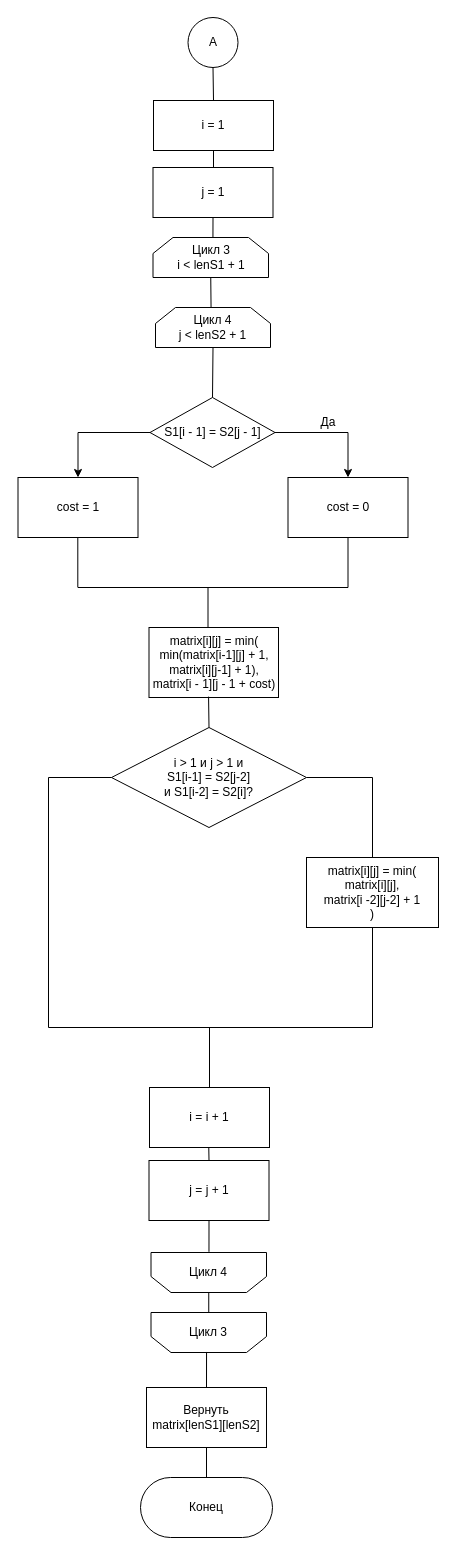
Slindess/CG_COURSE keeps this draw.io diagram as page "Страница — 5" (5 of 6) of docs/report/LR.drawio. Above is the earlier version. Source tidied: cells renumbered, new cells numbered last; positions are measured from the earlier drawing's top-left corner, leaving out a move shared by most shapes. Both pictures are drawn from the tidied source at 100%, with x=0, y=0 at pixel (18, 17).
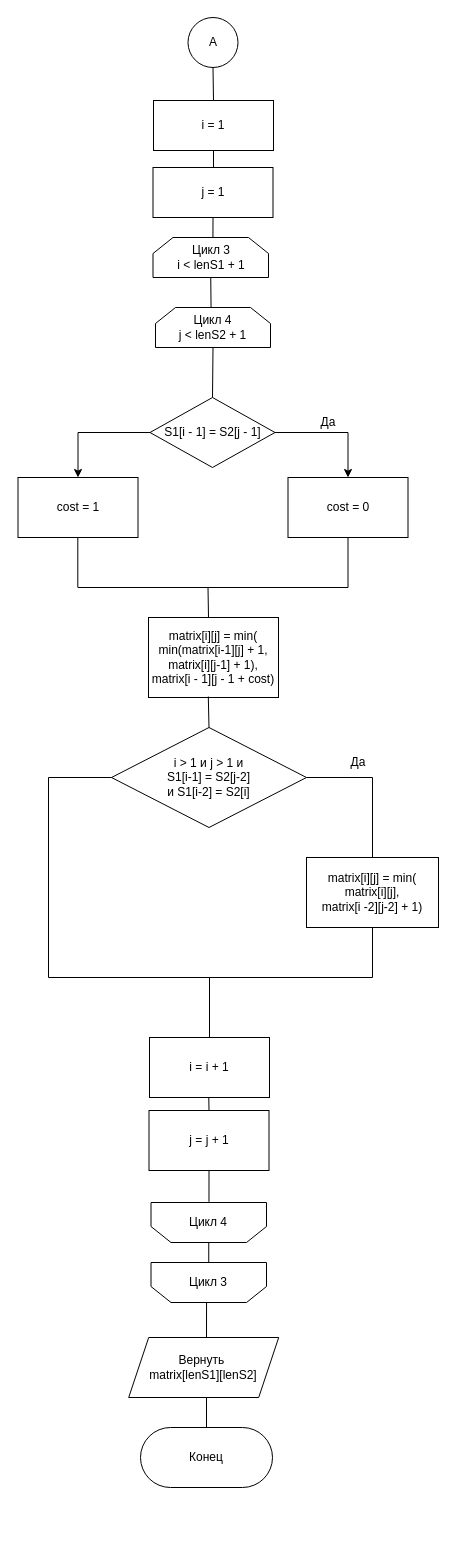
After the change.

Diff of the diagram source:
```diff
@@
     <mxCell id="13" value="matrix[i][j] = min(&lt;div&gt;min(matrix[i-1][j] + 1,&lt;/div&gt;&lt;div&gt;matrix[i][j-1] + 1),&lt;/div&gt;&lt;div&gt;matrix[i - 1][j - 1 + cost)&lt;/div&gt;" style="rounded=0;whiteSpace=wrap;html=1;" parent="1" vertex="1">
-      <mxGeometry x="130.5" y="610" width="129.5" height="70" as="geometry" />
+      <mxGeometry x="130" y="600" width="130" height="80" as="geometry" />
     </mxCell>
@@
     <mxCell id="17" style="endArrow=none;html=1;rounded=0;" parent="1" edge="1">
       <mxGeometry relative="1" as="geometry">
-        <mxPoint x="189.5" y="610" as="sourcePoint" />
+        <mxPoint x="190" y="600" as="sourcePoint" />
         <mxPoint x="189.5" y="570" as="targetPoint" />
       </mxGeometry>
     </mxCell>
@@
     <mxCell id="20" style="shape=loopLimit;whiteSpace=wrap;html=1;rotation=-180;" parent="1" vertex="1">
-      <mxGeometry x="132.5" y="1235" width="115.5" height="40" as="geometry" />
+      <mxGeometry x="132.5" y="1185" width="115.5" height="40" as="geometry" />
     </mxCell>
     <mxCell id="21" style="shape=loopLimit;whiteSpace=wrap;html=1;rotation=-180;" parent="1" vertex="1">
-      <mxGeometry x="132.5" y="1295" width="115.5" height="40" as="geometry" />
+      <mxGeometry x="132.5" y="1245" width="115.5" height="40" as="geometry" />
     </mxCell>
@@
     <mxCell id="23" value="i = i + 1" style="rounded=0;whiteSpace=wrap;html=1;" parent="1" vertex="1">
-      <mxGeometry x="131" y="1070" width="120" height="60" as="geometry" />
+      <mxGeometry x="131" y="1020" width="120" height="60" as="geometry" />
     </mxCell>
     <mxCell id="24" value="j = j + 1" style="rounded=0;whiteSpace=wrap;html=1;" parent="1" vertex="1">
-      <mxGeometry x="130.5" y="1143" width="120" height="60" as="geometry" />
+      <mxGeometry x="130.5" y="1093" width="120" height="60" as="geometry" />
     </mxCell>
@@
     <mxCell id="27" value="Цикл 4" style="text;html=1;align=center;verticalAlign=middle;whiteSpace=wrap;rounded=0;" parent="1" vertex="1">
-      <mxGeometry x="160.2" y="1240" width="60" height="30" as="geometry" />
+      <mxGeometry x="160.2" y="1190" width="60" height="30" as="geometry" />
     </mxCell>
     <mxCell id="28" value="Цикл 3" style="text;html=1;align=center;verticalAlign=middle;whiteSpace=wrap;rounded=0;" parent="1" vertex="1">
-      <mxGeometry x="160.2" y="1300" width="60" height="30" as="geometry" />
+      <mxGeometry x="160.2" y="1250" width="60" height="30" as="geometry" />
     </mxCell>
@@
-    <mxCell id="33" value="i &amp;gt; 1 и j &amp;gt; 1 и&lt;div&gt;S1[i-1] = S2[j-2]&lt;/div&gt;&lt;div&gt;и S1[i-2] = S2[i]?&lt;/div&gt;" style="rhombus;whiteSpace=wrap;html=1;" parent="1" vertex="1">
+    <mxCell id="33" value="i &amp;gt; 1 и j &amp;gt; 1 и&lt;div&gt;S1[i-1] = S2[j-2]&lt;/div&gt;&lt;div&gt;и S1[i-2] = S2[i]&lt;/div&gt;" style="rhombus;whiteSpace=wrap;html=1;" parent="1" vertex="1">
       <mxGeometry x="93" y="710" width="195" height="100" as="geometry" />
     </mxCell>
-    <mxCell id="34" value="matrix[i][j] = min(&lt;div&gt;matrix[i][j],&lt;/div&gt;&lt;div&gt;matrix[i -2][j-2] + 1&lt;/div&gt;&lt;div&gt;)&lt;/div&gt;" style="rounded=0;whiteSpace=wrap;html=1;" parent="1" vertex="1">
+    <mxCell id="34" value="matrix[i][j] = min(&lt;div&gt;matrix[i][j],&lt;/div&gt;&lt;div&gt;matrix[i -2][j-2] + 1&lt;span style=&quot;background-color: initial;&quot;&gt;)&lt;/span&gt;&lt;/div&gt;" style="rounded=0;whiteSpace=wrap;html=1;" parent="1" vertex="1">
       <mxGeometry x="288" y="840" width="132" height="70" as="geometry" />
     </mxCell>
     <mxCell id="35" style="endArrow=none;html=1;rounded=0;" parent="1" edge="1">
       <mxGeometry relative="1" as="geometry">
-        <mxPoint x="30" y="1010" as="sourcePoint" />
-        <mxPoint x="354" y="1010" as="targetPoint" />
+        <mxPoint x="30" y="960" as="sourcePoint" />
+        <mxPoint x="354" y="960" as="targetPoint" />
       </mxGeometry>
     </mxCell>
     <mxCell id="36" style="endArrow=none;html=1;rounded=0;entryX=0.5;entryY=1;entryDx=0;entryDy=0;" parent="1" edge="1" target="34">
       <mxGeometry relative="1" as="geometry">
-        <mxPoint x="354" y="1010" as="sourcePoint" />
+        <mxPoint x="354" y="960" as="sourcePoint" />
       </mxGeometry>
     </mxCell>
     <mxCell id="37" style="endArrow=none;html=1;rounded=0;startArrow=none;startFill=0;" parent="1" edge="1">
       <mxGeometry relative="1" as="geometry">
-        <mxPoint x="30" y="1010" as="sourcePoint" />
+        <mxPoint x="30" y="960" as="sourcePoint" />
         <mxPoint x="30" y="760" as="targetPoint" />
       </mxGeometry>
     </mxCell>
@@
     <mxCell id="40" style="endArrow=none;html=1;rounded=0;exitX=0.5;exitY=0;exitDx=0;exitDy=0;" parent="1" edge="1" source="23">
       <mxGeometry relative="1" as="geometry">
-        <mxPoint x="191" y="1010" as="targetPoint" />
+        <mxPoint x="191" y="960" as="targetPoint" />
       </mxGeometry>
     </mxCell>
-    <mxCell id="41" value="Вернуть matrix[lenS1][lenS2]" style="rounded=0;whiteSpace=wrap;html=1;" parent="1" vertex="1">
-      <mxGeometry x="128" y="1370" width="120" height="60" as="geometry" />
-    </mxCell>
     <mxCell id="42" value="Конец" style="rounded=1;whiteSpace=wrap;html=1;arcSize=50;" parent="1" vertex="1">
-      <mxGeometry x="122" y="1460" width="132" height="60" as="geometry" />
+      <mxGeometry x="122" y="1410" width="132" height="60" as="geometry" />
     </mxCell>
-    <mxCell id="43" style="endArrow=none;html=1;rounded=0;exitX=0.5;exitY=0;exitDx=0;exitDy=0;entryX=0.5;entryY=1;entryDx=0;entryDy=0;" parent="1" edge="1" source="42" target="41">
-      <mxGeometry relative="1" as="geometry" />
+    <mxCell id="43" style="endArrow=none;html=1;rounded=0;exitX=0.5;exitY=0;exitDx=0;exitDy=0;entryX=0.5;entryY=1;entryDx=0;entryDy=0;" parent="1" edge="1" source="42">
+      <mxGeometry relative="1" as="geometry">
+        <mxPoint x="188" y="1380" as="targetPoint" />
+      </mxGeometry>
     </mxCell>
-    <mxCell id="44" style="endArrow=none;html=1;rounded=0;exitX=0.5;exitY=0;exitDx=0;exitDy=0;entryX=0.519;entryY=0.013;entryDx=0;entryDy=0;entryPerimeter=0;" parent="1" edge="1" source="41" target="21">
-      <mxGeometry relative="1" as="geometry" />
+    <mxCell id="44" style="endArrow=none;html=1;rounded=0;exitX=0.5;exitY=0;exitDx=0;exitDy=0;entryX=0.519;entryY=0.013;entryDx=0;entryDy=0;entryPerimeter=0;" parent="1" edge="1" target="21">
+      <mxGeometry relative="1" as="geometry">
+        <mxPoint x="188" y="1320" as="sourcePoint" />
+      </mxGeometry>
     </mxCell>
+    <mxCell id="41" value="Вернуть&amp;nbsp;&lt;div&gt;matrix[lenS1][lenS2]&lt;/div&gt;" style="shape=parallelogram;perimeter=parallelogramPerimeter;whiteSpace=wrap;html=1;fixedSize=1;" parent="1" vertex="1">
+      <mxGeometry x="110.2" y="1320" width="150" height="60" as="geometry" />
+    </mxCell>
+    <mxCell id="45" value="Да" style="text;html=1;align=center;verticalAlign=middle;whiteSpace=wrap;rounded=0;" parent="1" vertex="1">
+      <mxGeometry x="310" y="730" width="60" height="30" as="geometry" />
+    </mxCell>
```
